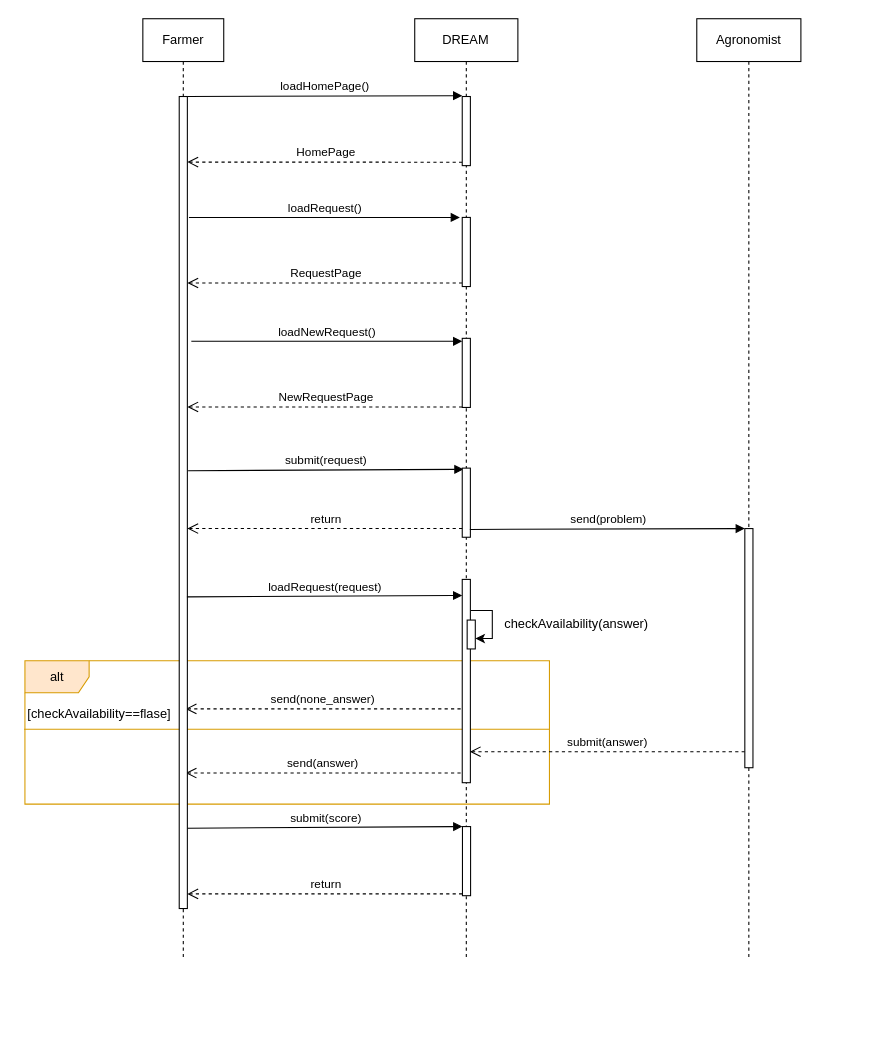
This is page "FarmerRequest" (8 of 13) of RASD/diagrams/Sequence Diagram.drawio from ictar/DREAM-SE2-Project-2022, a draw.io file, before an edit. Source tidied: cells renumbered, new cells numbered last; positions are measured from the earlier drawing's top-left corner, leaving out a move shared by most shapes. Both pictures are drawn from the tidied source at 107%, with x=0, y=0 at pixel (18, 18).
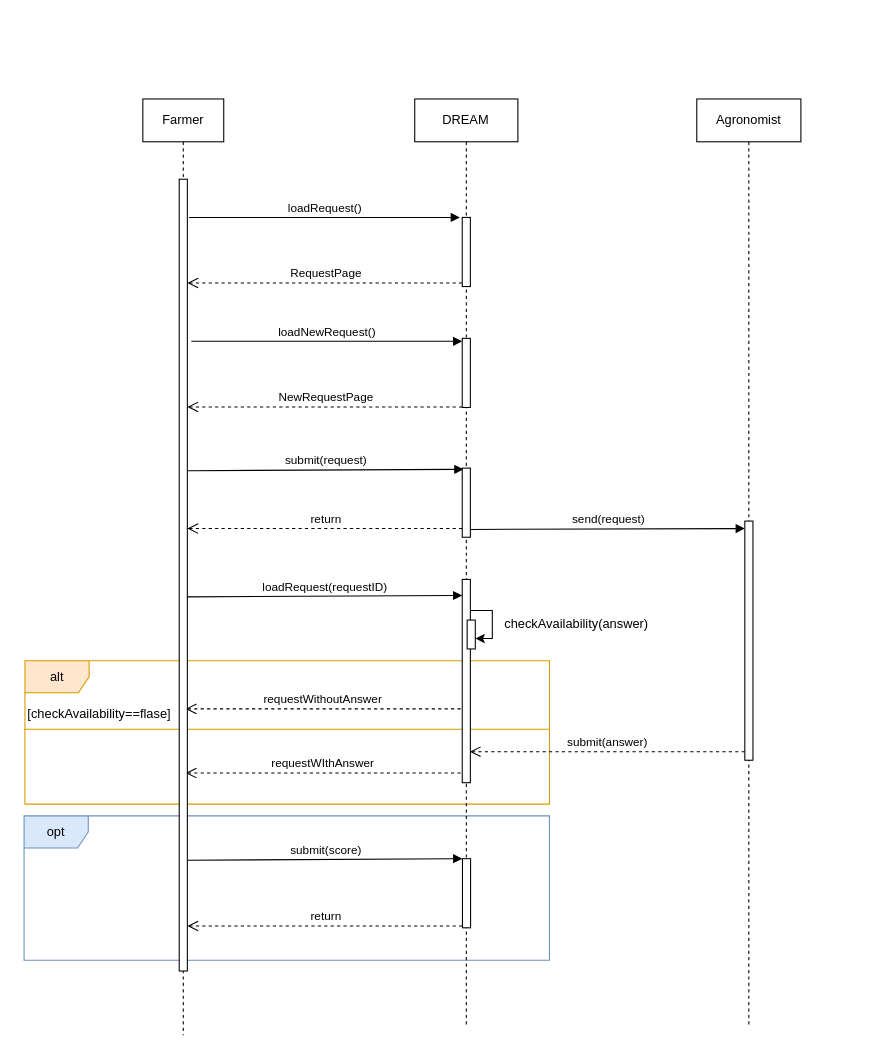
The same diagram, later.

The change refers to these unchanged cells:
```xml
<mxCell id="3" style="group;" parent="2" vertex="1">
  <mxGeometry x="-111" y="600" width="491" height="134" as="geometry" />
</mxCell>
```

What changed in the source:
```diff
@@
     <mxCell id="2" style="group;" parent="1" vertex="1">
-      <mxGeometry x="116" width="640" height="880" as="geometry" />
+      <mxGeometry x="116" width="670" height="950" as="geometry" />
     </mxCell>
+    <mxCell id="36" value="opt" style="shape=umlFrame;whiteSpace=wrap;html=1;fillColor=#dae8fc;strokeColor=#6c8ebf;" parent="2" vertex="1">
+      <mxGeometry x="-111" y="745" width="491" height="135" as="geometry" />
+    </mxCell>
@@
-    <mxCell id="6" value="send(none_answer)" style="html=1;verticalAlign=bottom;endArrow=open;dashed=1;endSize=8;exitX=0;exitY=0.95;rounded=0;" parent="3" edge="1">
+    <mxCell id="6" value="requestWithoutAnswer" style="html=1;verticalAlign=bottom;endArrow=open;dashed=1;endSize=8;exitX=0;exitY=0.95;rounded=0;" parent="3" edge="1">
       <mxGeometry relative="1" as="geometry">
         <mxPoint x="408" y="45" as="sourcePoint" />
         <mxPoint x="151" y="45" as="targetPoint" />
       </mxGeometry>
     </mxCell>
-    <mxCell id="7" value="send(answer)" style="html=1;verticalAlign=bottom;endArrow=open;dashed=1;endSize=8;exitX=0;exitY=0.95;rounded=0;" parent="3" edge="1">
+    <mxCell id="7" value="requestWIthAnswer" style="html=1;verticalAlign=bottom;endArrow=open;dashed=1;endSize=8;exitX=0;exitY=0.95;rounded=0;" parent="3" edge="1">
       <mxGeometry relative="1" as="geometry">
         <mxPoint x="408" y="105" as="sourcePoint" />
         <mxPoint x="151" y="105" as="targetPoint" />
       </mxGeometry>
     </mxCell>
     <mxCell id="8" value="Farmer" style="shape=umlLifeline;perimeter=lifelinePerimeter;whiteSpace=wrap;html=1;" parent="2" vertex="1">
-      <mxGeometry width="75.6" height="880" as="geometry" />
+      <mxGeometry y="75" width="75.6" height="875" as="geometry" />
     </mxCell>
     <mxCell id="9" value="DREAM" style="shape=umlLifeline;perimeter=lifelinePerimeter;whiteSpace=wrap;html=1;" parent="2" vertex="1">
-      <mxGeometry x="254.1" width="96.4" height="880" as="geometry" />
+      <mxGeometry x="254.1" y="75" width="96.4" height="865" as="geometry" />
     </mxCell>
-    <mxCell id="10" value="loadHomePage()" style="html=1;verticalAlign=bottom;endArrow=block;rounded=0;entryX=0;entryY=-0.012;entryDx=0;entryDy=0;entryPerimeter=0;" parent="2" edge="1" target="20">
-      <mxGeometry relative="1" as="geometry">
-        <mxPoint x="41.6" y="72.7" as="sourcePoint" />
-      </mxGeometry>
-    </mxCell>
-    <mxCell id="11" value="HomePage" style="html=1;verticalAlign=bottom;endArrow=open;dashed=1;endSize=8;exitX=0;exitY=0.95;rounded=0;" parent="2" edge="1" source="20">
-      <mxGeometry relative="1" as="geometry">
-        <mxPoint x="41.6" y="134" as="targetPoint" />
-      </mxGeometry>
-    </mxCell>
@@
     <mxCell id="18" value="return" style="html=1;verticalAlign=bottom;endArrow=open;dashed=1;endSize=8;exitX=0;exitY=0.95;rounded=0;" parent="2" edge="1">
       <mxGeometry relative="1" as="geometry">
-        <mxPoint x="298.5" y="817.9" as="sourcePoint" />
-        <mxPoint x="41.6" y="817.9" as="targetPoint" />
+        <mxPoint x="298.5" y="847.9" as="sourcePoint" />
+        <mxPoint x="41.6" y="847.9" as="targetPoint" />
       </mxGeometry>
     </mxCell>
     <mxCell id="19" value="submit(score)" style="html=1;verticalAlign=bottom;endArrow=block;entryX=0.016;entryY=0.014;rounded=0;entryDx=0;entryDy=0;entryPerimeter=0;" parent="2" edge="1">
       <mxGeometry relative="1" as="geometry">
-        <mxPoint x="41.6" y="756.5" as="sourcePoint" />
-        <mxPoint x="298.6" y="755" as="targetPoint" />
+        <mxPoint x="41.6" y="786.5" as="sourcePoint" />
+        <mxPoint x="298.6" y="785" as="targetPoint" />
       </mxGeometry>
     </mxCell>
-    <mxCell id="20" style="html=1;points=[];perimeter=orthogonalPerimeter;" parent="2" vertex="1">
-      <mxGeometry x="298.5" y="72.7" width="7.6" height="64.6" as="geometry" />
-    </mxCell>
@@
     <mxCell id="24" style="html=1;perimeter=orthogonalPerimeter;" parent="2" vertex="1">
-      <mxGeometry x="298.7" y="755" width="7.6" height="64.6" as="geometry" />
+      <mxGeometry x="298.7" y="785" width="7.6" height="64.6" as="geometry" />
     </mxCell>
     <mxCell id="25" style="html=1;perimeter=orthogonalPerimeter;" parent="2" vertex="1">
-      <mxGeometry x="34" y="72.7" width="7.6" height="758.9" as="geometry" />
+      <mxGeometry x="34" y="150" width="7.6" height="740" as="geometry" />
     </mxCell>
     <mxCell id="26" value="Agronomist" style="shape=umlLifeline;perimeter=lifelinePerimeter;whiteSpace=wrap;html=1;" parent="2" vertex="1">
-      <mxGeometry x="517.7" width="97.3" height="880" as="geometry" />
+      <mxGeometry x="517.7" y="75" width="97.3" height="865" as="geometry" />
     </mxCell>
-    <mxCell id="27" value="send(problem)" style="html=1;verticalAlign=bottom;endArrow=block;rounded=0;entryX=0;entryY=-0.012;entryDx=0;entryDy=0;entryPerimeter=0;" parent="2" edge="1">
+    <mxCell id="27" value="send(request)" style="html=1;verticalAlign=bottom;endArrow=block;rounded=0;entryX=0;entryY=-0.012;entryDx=0;entryDy=0;entryPerimeter=0;" parent="2" edge="1">
       <mxGeometry relative="1" as="geometry">
         <mxPoint x="305.6" y="477.3" as="sourcePoint" />
         <mxPoint x="562.6" y="476.5" as="targetPoint" />
       </mxGeometry>
     </mxCell>
@@
     <mxCell id="29" style="html=1;perimeter=orthogonalPerimeter;" parent="2" vertex="1">
-      <mxGeometry x="562.6" y="476.5" width="7.6" height="223.5" as="geometry" />
+      <mxGeometry x="562.6" y="469.5" width="7.6" height="223.5" as="geometry" />
     </mxCell>
@@
-    <mxCell id="34" value="loadRequest(request)" style="html=1;verticalAlign=bottom;endArrow=block;entryX=0.154;entryY=0.018;rounded=0;entryDx=0;entryDy=0;entryPerimeter=0;" parent="2" edge="1">
+    <mxCell id="34" value="loadRequest(requestID)" style="html=1;verticalAlign=bottom;endArrow=block;entryX=0.154;entryY=0.018;rounded=0;entryDx=0;entryDy=0;entryPerimeter=0;" parent="2" edge="1">
       <mxGeometry relative="1" as="geometry">
         <mxPoint x="41.2" y="540.3" as="sourcePoint" />
         <mxPoint x="298.5" y="539" as="targetPoint" />
       </mxGeometry>
     </mxCell>
```
